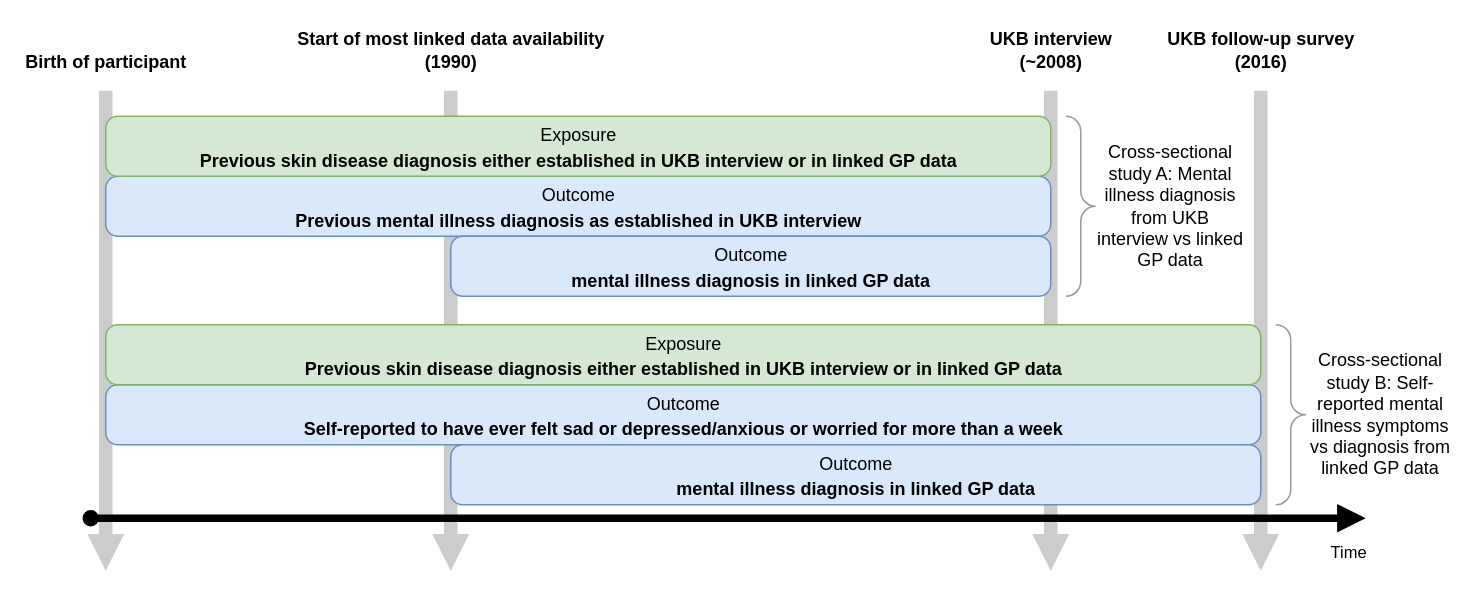
The draw.io diagram diagrams/biobank_study_diagram.drawio in hendersonad/2022_biobank, before the edit. Source tidied: cells renumbered, new cells numbered last; positions are measured from the earlier drawing's top-left corner, leaving out a move shared by most shapes. Both pictures are drawn from the tidied source at 150%, with x=0, y=0 at pixel (90, 90).
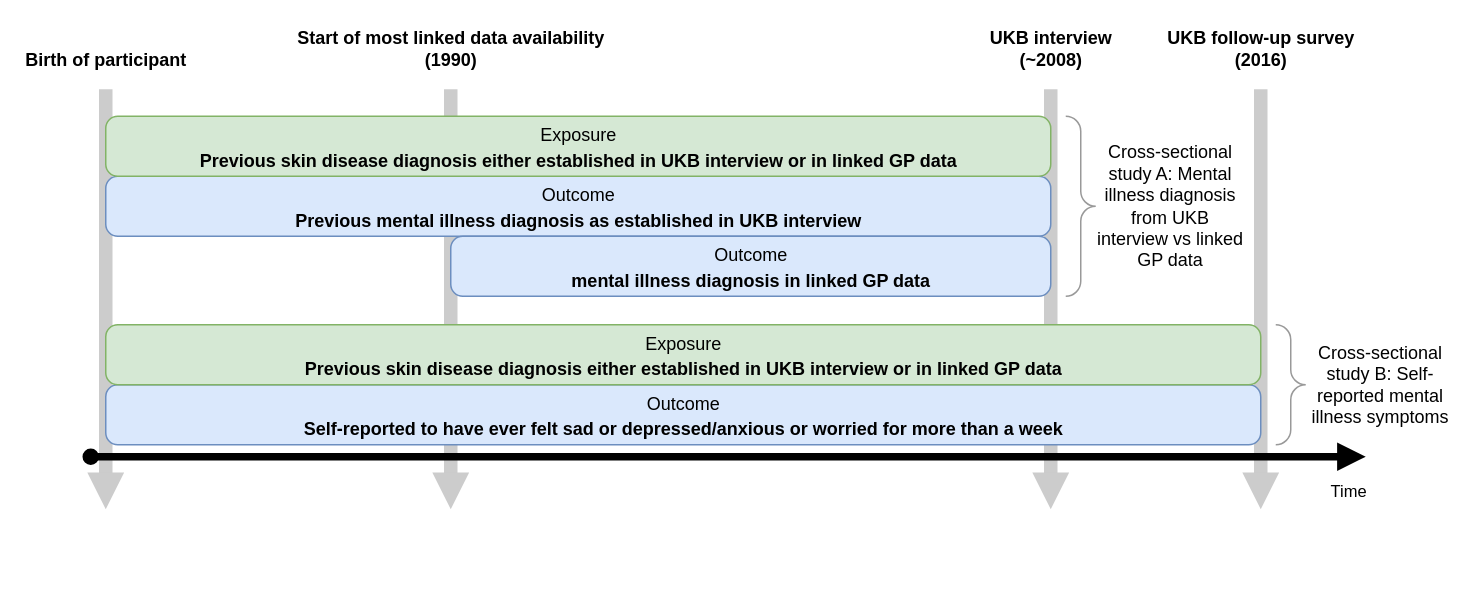
The same page after the edit.

Commit message (it also covers changes not shown here):
updated diagrams and plots

What changed in the source:
```diff
@@
     <mxCell id="2" value="&lt;div&gt;&lt;b style=&quot;background-color: initial;&quot;&gt;Birth of participant&lt;/b&gt;&lt;br&gt;&lt;/div&gt;" style="endArrow=block;html=1;strokeWidth=9;fontSize=12;endSize=1;endFill=1;startSize=6;fillColor=#f5f5f5;strokeColor=#CCCCCC;labelPosition=center;verticalLabelPosition=top;align=center;verticalAlign=bottom;labelBorderColor=none;labelBackgroundColor=none;orthogonalLoop=0;anchorPointDirection=0;" parent="1" edge="1">
       <mxGeometry x="-1" y="-10" relative="1" as="geometry">
-        <mxPoint x="10" as="sourcePoint" />
-        <mxPoint x="10" y="320" as="targetPoint" />
+        <mxPoint x="10" y="-1" as="sourcePoint" />
+        <mxPoint x="10" y="279" as="targetPoint" />
         <mxPoint x="10" y="-10" as="offset" />
       </mxGeometry>
     </mxCell>
     <mxCell id="3" value="&lt;div&gt;&lt;b&gt;UKB follow-up survey&lt;/b&gt;&lt;/div&gt;&lt;div&gt;&lt;b&gt;(2016)&lt;/b&gt;&lt;/div&gt;" style="endArrow=block;html=1;strokeWidth=9;fontSize=12;endSize=1;endFill=1;startSize=6;fillColor=#f5f5f5;strokeColor=#CCCCCC;labelPosition=center;verticalLabelPosition=top;align=center;verticalAlign=bottom;labelBorderColor=none;labelBackgroundColor=none;orthogonalLoop=0;anchorPointDirection=0;" parent="1" edge="1">
       <mxGeometry x="-1" y="-10" relative="1" as="geometry">
-        <mxPoint x="780" as="sourcePoint" />
-        <mxPoint x="780" y="320" as="targetPoint" />
+        <mxPoint x="780" y="-1" as="sourcePoint" />
+        <mxPoint x="780" y="279" as="targetPoint" />
         <mxPoint x="10" y="-10" as="offset" />
       </mxGeometry>
     </mxCell>
     <mxCell id="4" value="&lt;div&gt;&lt;b style=&quot;background-color: initial;&quot;&gt;Start of most linked data availability&lt;br&gt;(1990)&lt;/b&gt;&lt;br&gt;&lt;/div&gt;" style="endArrow=block;html=1;strokeWidth=9;fontSize=12;endSize=1;endFill=1;startSize=6;fillColor=#f5f5f5;strokeColor=#CCCCCC;labelPosition=center;verticalLabelPosition=top;align=center;verticalAlign=bottom;labelBorderColor=none;labelBackgroundColor=none;orthogonalLoop=0;anchorPointDirection=0;" parent="1" edge="1">
       <mxGeometry x="-1" y="-10" relative="1" as="geometry">
-        <mxPoint x="240" as="sourcePoint" />
-        <mxPoint x="240" y="320" as="targetPoint" />
+        <mxPoint x="240" y="-1" as="sourcePoint" />
+        <mxPoint x="240" y="279" as="targetPoint" />
         <mxPoint x="10" y="-10" as="offset" />
       </mxGeometry>
     </mxCell>
     <mxCell id="5" value="&lt;div&gt;&lt;b&gt;UKB interview&lt;/b&gt;&lt;/div&gt;&lt;div&gt;&lt;b&gt;(~2008)&lt;/b&gt;&lt;/div&gt;" style="endArrow=block;html=1;strokeWidth=9;fontSize=12;endSize=1;endFill=1;startSize=6;fillColor=#f5f5f5;strokeColor=#CCCCCC;labelPosition=center;verticalLabelPosition=top;align=center;verticalAlign=bottom;labelBorderColor=none;labelBackgroundColor=none;orthogonalLoop=0;anchorPointDirection=0;" parent="1" edge="1">
       <mxGeometry x="-1" y="-10" relative="1" as="geometry">
-        <mxPoint x="640" as="sourcePoint" />
-        <mxPoint x="640" y="320" as="targetPoint" />
+        <mxPoint x="640" y="-1" as="sourcePoint" />
+        <mxPoint x="640" y="279" as="targetPoint" />
         <mxPoint x="10" y="-10" as="offset" />
       </mxGeometry>
     </mxCell>
     <mxCell id="6" value="Time" style="endArrow=block;html=1;startArrow=oval;startFill=1;strokeWidth=5;endFill=1;labelPosition=right;verticalLabelPosition=bottom;align=left;verticalAlign=top;" parent="1" edge="1">
       <mxGeometry x="0.94" y="-10" relative="1" as="geometry">
-        <mxPoint y="285" as="sourcePoint" />
-        <mxPoint x="850" y="285" as="targetPoint" />
+        <mxPoint y="244" as="sourcePoint" />
+        <mxPoint x="850" y="244" as="targetPoint" />
       </mxGeometry>
     </mxCell>
@@
-    <mxCell id="10" value="&lt;font&gt;&lt;span style=&quot;font-size: 12px&quot;&gt;Outcome&lt;br&gt;&lt;b&gt;mental illness diagnosis in linked GP data&lt;/b&gt;&lt;/span&gt;&lt;/font&gt;" style="rounded=1;html=1;fontSize=14;fillColor=#dae8fc;strokeColor=#6c8ebf;arcSize=20;labelPosition=center;verticalLabelPosition=middle;align=center;verticalAlign=middle;absoluteArcSize=0;gradientDirection=west;" parent="1" vertex="1">
-      <mxGeometry x="240" y="236" width="540" height="40" as="geometry" />
-    </mxCell>
@@
     <mxCell id="15" style="verticalLabelPosition=bottom;shadow=0;dashed=0;align=center;html=1;verticalAlign=top;strokeWidth=1;shape=mxgraph.mockup.markup.curlyBrace;strokeColor=#999999;gradientColor=#FFFFFF;gradientDirection=west;rotation=90;" parent="1" vertex="1">
-      <mxGeometry x="740" y="206" width="120" height="20" as="geometry" />
+      <mxGeometry x="760" y="186" width="80" height="20" as="geometry" />
     </mxCell>
-    <mxCell id="16" value="Cross-sectional study B: Self-reported mental illness symptoms vs diagnosis from linked GP data" style="text;html=1;strokeColor=none;fillColor=none;align=center;verticalAlign=middle;whiteSpace=wrap;rounded=0;" parent="1" vertex="1">
-      <mxGeometry x="810" y="201" width="100" height="30" as="geometry" />
+    <mxCell id="16" value="Cross-sectional study B: Self-reported mental illness symptoms" style="text;html=1;strokeColor=none;fillColor=none;align=center;verticalAlign=middle;whiteSpace=wrap;rounded=0;" parent="1" vertex="1">
+      <mxGeometry x="810" y="181" width="100" height="30" as="geometry" />
     </mxCell>
```
